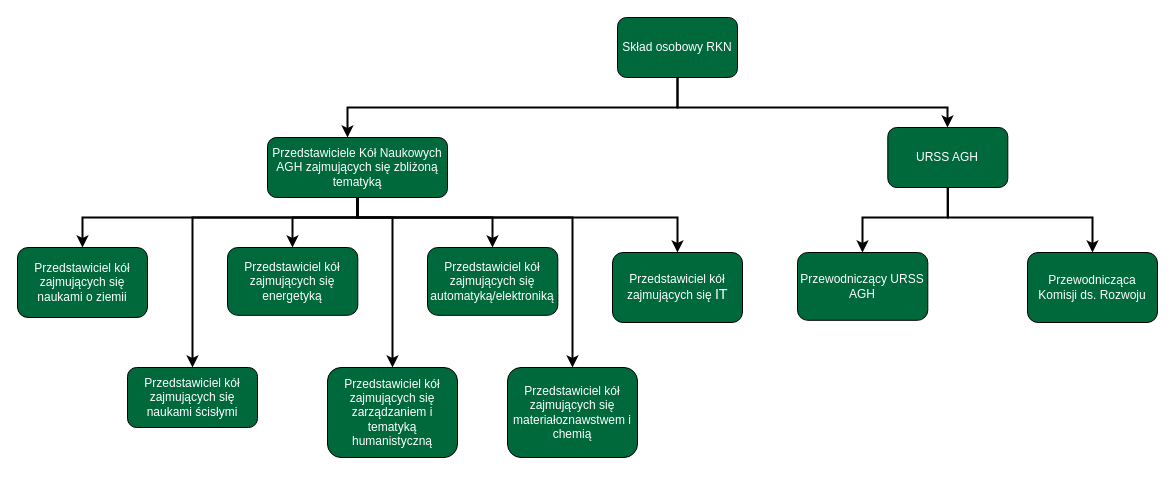
Earlier version of the draw.io diagram Untitled Diagram.drawio (Juliusz-Stefanski/CPS). Source tidied: cells renumbered, new cells numbered last; positions are measured from the earlier drawing's top-left corner, leaving out a move shared by most shapes. Both pictures are drawn from the tidied source at 100%, with x=0, y=0 at pixel (17, 17).
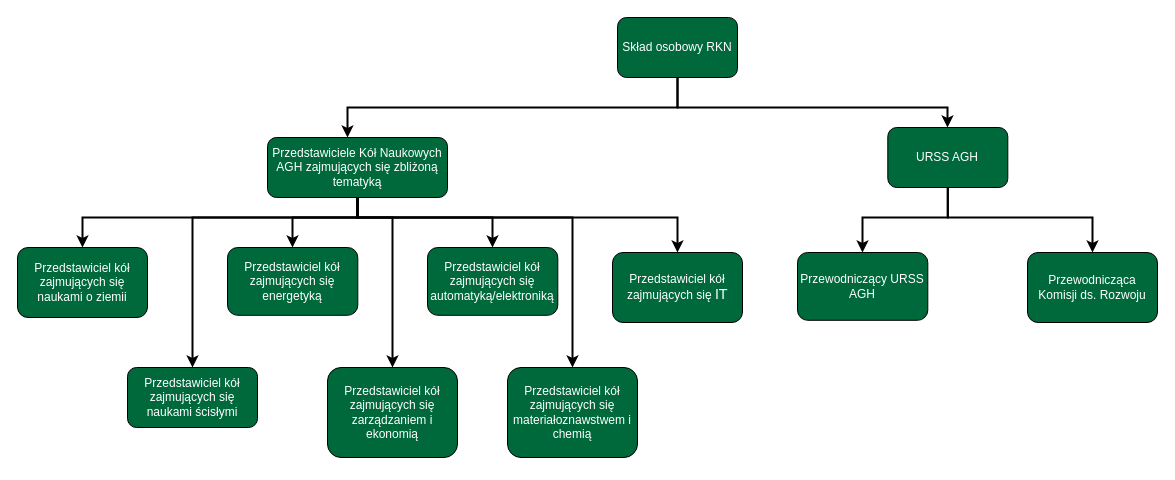
Above is the later version.

What changed in the source:
```diff
@@
-    <mxCell id="21" value="&lt;div&gt;&lt;span&gt;&lt;font color=&quot;#ffffff&quot;&gt;&lt;br&gt;&lt;/font&gt;&lt;/span&gt;&lt;/div&gt;&lt;div&gt;&lt;font color=&quot;#ffffff&quot;&gt;&lt;span&gt;Przedstawiciel kół zajmujących się z&lt;/span&gt;&lt;span&gt;arządzaniem i tematyką humanistyczną&lt;/span&gt;&lt;/font&gt;&lt;/div&gt;&lt;span&gt;&lt;br&gt;&lt;/span&gt;" style="rounded=1;whiteSpace=wrap;html=1;fillColor=#00693C;" parent="1" vertex="1">
+    <mxCell id="21" value="&lt;div&gt;&lt;span&gt;&lt;font color=&quot;#ffffff&quot;&gt;&lt;br&gt;&lt;/font&gt;&lt;/span&gt;&lt;/div&gt;&lt;div&gt;&lt;font color=&quot;#ffffff&quot;&gt;&lt;span&gt;Przedstawiciel kół zajmujących się z&lt;/span&gt;&lt;span&gt;arządzaniem i ekonomią&lt;/span&gt;&lt;/font&gt;&lt;/div&gt;&lt;span&gt;&lt;br&gt;&lt;/span&gt;" style="rounded=1;whiteSpace=wrap;html=1;fillColor=#00693C;" parent="1" vertex="1">
       <mxGeometry x="310" y="350" width="130" height="90" as="geometry" />
     </mxCell>
```
